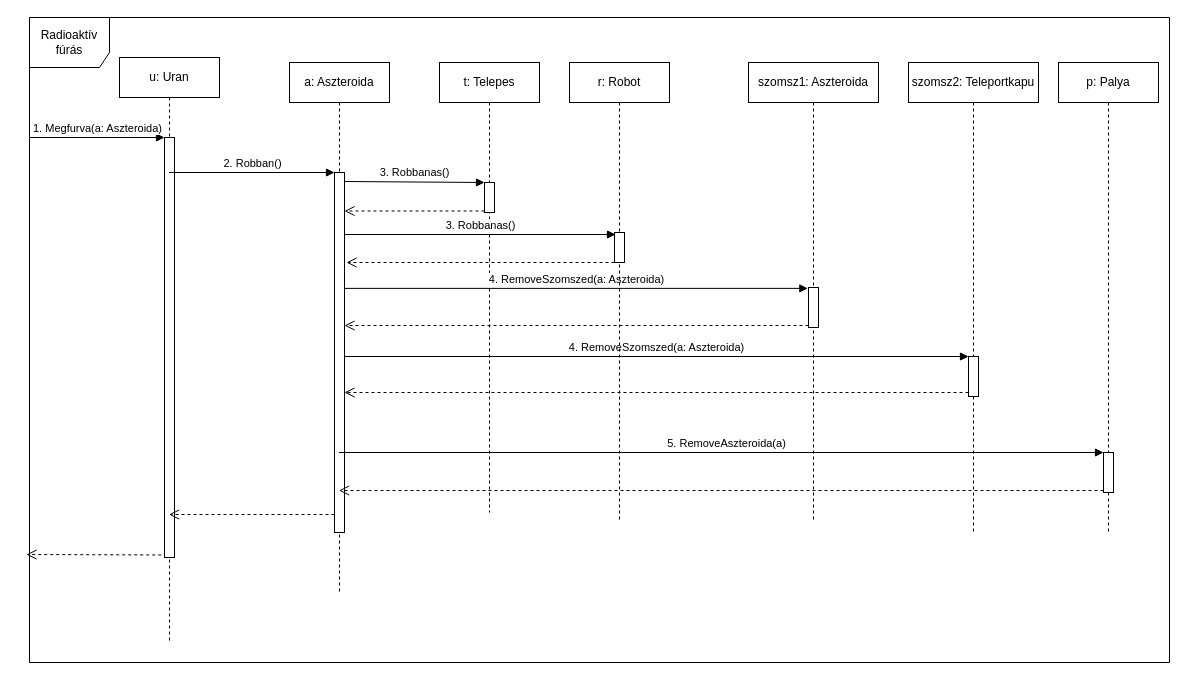
Above: page "Uran-furas" (4 of 5) of doc/szekvencia/szek_TelepesFur.drawio in torpeBoiGo/aszteroidabanyaszat (draw.io), before the change. Source tidied: cells renumbered, new cells numbered last; positions are measured from the earlier drawing's top-left corner, leaving out a move shared by most shapes. Both pictures are drawn from the tidied source at 100%, with x=0, y=0 at pixel (26, 17).
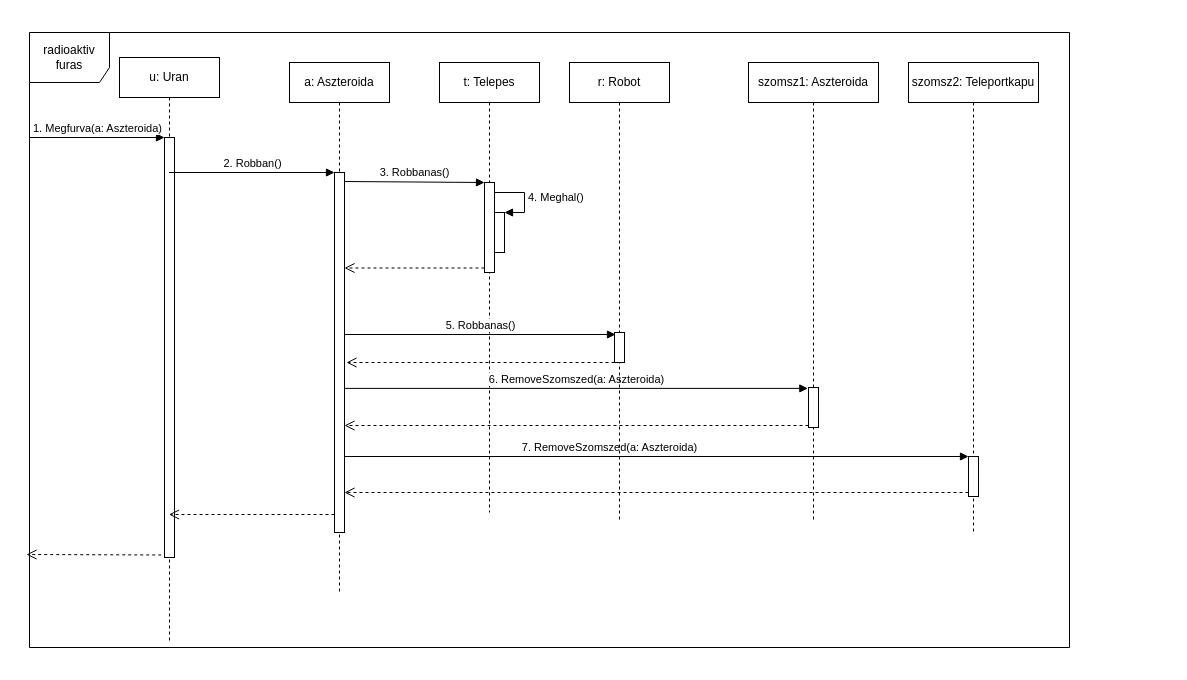
Above is the later version.

Commit message:
Update szek_TelepesFur.drawio: radioaktiv furas javitasa

The change refers to these unchanged cells:
```xml
<mxCell id="4" style="html=1;points=[];perimeter=orthogonalPerimeter;" parent="3" vertex="1">
  <mxGeometry x="45" y="80" width="10" height="420" as="geometry" />
</mxCell>
<mxCell id="6" value="a: Aszteroida" style="shape=umlLifeline;perimeter=lifelinePerimeter;whiteSpace=wrap;html=1;outlineConnect=0;" parent="1" vertex="1">
  <mxGeometry x="263" y="45" width="100" height="530" as="geometry" />
</mxCell>
<mxCell id="7" style="html=1;points=[];perimeter=orthogonalPerimeter;" parent="6" vertex="1">
  <mxGeometry x="45" y="110" width="10" height="360" as="geometry" />
</mxCell>
<mxCell id="10" value="t: Telepes" style="shape=umlLifeline;perimeter=lifelinePerimeter;whiteSpace=wrap;html=1;" parent="1" vertex="1">
  <mxGeometry x="413" y="45" width="100" height="450" as="geometry" />
</mxCell>
<mxCell id="20" value="szomsz2: Teleportkapu" style="shape=umlLifeline;perimeter=lifelinePerimeter;whiteSpace=wrap;html=1;" parent="1" vertex="1">
  <mxGeometry x="882" y="45" width="130" height="470" as="geometry" />
</mxCell>
<mxCell id="22" value="szomsz1: Aszteroida" style="shape=umlLifeline;perimeter=lifelinePerimeter;whiteSpace=wrap;html=1;" parent="1" vertex="1">
  <mxGeometry x="722" y="45" width="130" height="460" as="geometry" />
</mxCell>
<mxCell id="27" value="r: Robot" style="shape=umlLifeline;perimeter=lifelinePerimeter;whiteSpace=wrap;html=1;" parent="1" vertex="1">
  <mxGeometry x="543" y="45" width="100" height="460" as="geometry" />
</mxCell>
```

The edit, as a diff of the source:
```diff
@@
-    <mxCell id="2" value="Radioaktív&lt;br&gt;fúrás" style="shape=umlFrame;whiteSpace=wrap;html=1;width=80;height=50;" parent="1" vertex="1">
-      <mxGeometry x="3" width="1140" height="645" as="geometry" />
-    </mxCell>
+    <mxCell id="31" value="radioaktiv furas" style="shape=umlFrame;whiteSpace=wrap;html=1;width=80;height=50;" parent="1" vertex="1">
+      <mxGeometry x="3" y="15" width="1040" height="615" as="geometry" />
+    </mxCell>
@@
-    <mxCell id="11" style="html=1;points=[];perimeter=orthogonalPerimeter;" parent="10" vertex="1">
-      <mxGeometry x="45" y="120" width="10" height="30" as="geometry" />
-    </mxCell>
-    <mxCell id="12" value="p: Palya" style="shape=umlLifeline;perimeter=lifelinePerimeter;whiteSpace=wrap;html=1;" parent="1" vertex="1">
-      <mxGeometry x="1032" y="45" width="100" height="470" as="geometry" />
-    </mxCell>
-    <mxCell id="13" style="html=1;points=[];perimeter=orthogonalPerimeter;" parent="12" vertex="1">
-      <mxGeometry x="45" y="390" width="10" height="40" as="geometry" />
-    </mxCell>
+    <mxCell id="32" style="html=1;points=[];perimeter=orthogonalPerimeter;" parent="10" vertex="1">
+      <mxGeometry x="45" y="120" width="10" height="90" as="geometry" />
+    </mxCell>
+    <mxCell id="33" style="html=1;points=[];perimeter=orthogonalPerimeter;" parent="10" vertex="1">
+      <mxGeometry x="55" y="150" width="10" height="40" as="geometry" />
+    </mxCell>
+    <mxCell id="34" value="4. Meghal()" style="edgeStyle=orthogonalEdgeStyle;html=1;align=left;spacingLeft=2;endArrow=block;rounded=0;entryX=1;entryY=0;" parent="10" edge="1" target="33">
+      <mxGeometry relative="1" as="geometry">
+        <mxPoint x="55" y="130" as="sourcePoint" />
+        <Array as="points">
+          <mxPoint x="85" y="130" />
+        </Array>
+      </mxGeometry>
+    </mxCell>
-    <mxCell id="14" value="3. Robbanas()" style="html=1;verticalAlign=bottom;endArrow=block;entryX=0;entryY=0;exitX=1;exitY=0.025;exitDx=0;exitDy=0;exitPerimeter=0;" parent="1" edge="1" source="7" target="11">
+    <mxCell id="14" value="3. Robbanas()" style="html=1;verticalAlign=bottom;endArrow=block;entryX=0;entryY=0;exitX=1;exitY=0.025;exitDx=0;exitDy=0;exitPerimeter=0;" parent="1" edge="1" source="7" target="32">
       <mxGeometry relative="1" as="geometry" />
     </mxCell>
-    <mxCell id="15" style="html=1;verticalAlign=bottom;endArrow=open;dashed=1;endSize=8;exitX=0;exitY=0.95;" parent="1" edge="1" source="11" target="7">
-      <mxGeometry relative="1" as="geometry" />
-    </mxCell>
-    <mxCell id="16" value="5. RemoveAszteroida(a)" style="html=1;verticalAlign=bottom;endArrow=block;entryX=0;entryY=0;" parent="1" edge="1" source="6" target="13">
-      <mxGeometry x="0.01" relative="1" as="geometry">
-        <mxPoint x="1" as="offset" />
-      </mxGeometry>
-    </mxCell>
-    <mxCell id="17" style="html=1;verticalAlign=bottom;endArrow=open;dashed=1;endSize=8;exitX=0;exitY=0.95;" parent="1" edge="1" source="13" target="6">
-      <mxGeometry relative="1" as="geometry" />
-    </mxCell>
-    <mxCell id="18" value="4. RemoveSzomszed(a: Aszteroida)" style="html=1;verticalAlign=bottom;endArrow=block;" parent="1" edge="1" source="7" target="21">
-      <mxGeometry relative="1" as="geometry" />
-    </mxCell>
-    <mxCell id="19" style="html=1;verticalAlign=bottom;endArrow=open;dashed=1;endSize=8;exitX=0;exitY=0.95;" parent="1" edge="1" source="23" target="7">
-      <mxGeometry relative="1" as="geometry" />
-    </mxCell>
+    <mxCell id="35" style="html=1;verticalAlign=bottom;endArrow=open;dashed=1;endSize=8;exitX=0;exitY=0.95;" parent="1" edge="1" source="32" target="7">
+      <mxGeometry relative="1" as="geometry" />
+    </mxCell>
+    <mxCell id="36" value="7. RemoveSzomszed(a: Aszteroida)" style="html=1;verticalAlign=bottom;endArrow=block;" parent="1" edge="1" target="38">
+      <mxGeometry x="-0.15" relative="1" as="geometry">
+        <mxPoint x="318" y="439" as="sourcePoint" />
+      </mxGeometry>
+    </mxCell>
+    <mxCell id="37" style="html=1;verticalAlign=bottom;endArrow=open;dashed=1;endSize=8;exitX=0;exitY=0.95;" parent="1" edge="1" source="39">
+      <mxGeometry relative="1" as="geometry">
+        <mxPoint x="318" y="408" as="targetPoint" />
+      </mxGeometry>
+    </mxCell>
@@
-    <mxCell id="21" style="html=1;points=[];perimeter=orthogonalPerimeter;" parent="20" vertex="1">
-      <mxGeometry x="60" y="294" width="10" height="40" as="geometry" />
-    </mxCell>
+    <mxCell id="38" style="html=1;points=[];perimeter=orthogonalPerimeter;" parent="20" vertex="1">
+      <mxGeometry x="60" y="394" width="10" height="40" as="geometry" />
+    </mxCell>
@@
-    <mxCell id="23" style="html=1;points=[];perimeter=orthogonalPerimeter;" parent="22" vertex="1">
-      <mxGeometry x="60" y="225" width="10" height="40" as="geometry" />
-    </mxCell>
-    <mxCell id="24" style="html=1;verticalAlign=bottom;endArrow=open;dashed=1;endSize=8;exitX=-0.329;exitY=0.994;exitDx=0;exitDy=0;exitPerimeter=0;" parent="1" edge="1" source="4">
-      <mxGeometry relative="1" as="geometry">
-        <mxPoint y="537" as="targetPoint" />
-      </mxGeometry>
-    </mxCell>
-    <mxCell id="25" value="4. RemoveSzomszed(a: Aszteroida)" style="html=1;verticalAlign=bottom;endArrow=block;entryX=-0.066;entryY=0.022;entryDx=0;entryDy=0;entryPerimeter=0;" parent="1" edge="1" source="7" target="23">
-      <mxGeometry relative="1" as="geometry" />
-    </mxCell>
-    <mxCell id="26" style="html=1;verticalAlign=bottom;endArrow=open;dashed=1;endSize=8;" parent="1" edge="1" source="21" target="7">
-      <mxGeometry relative="1" as="geometry">
-        <Array as="points">
-          <mxPoint x="713" y="375" />
-        </Array>
-      </mxGeometry>
-    </mxCell>
+    <mxCell id="39" style="html=1;points=[];perimeter=orthogonalPerimeter;" parent="22" vertex="1">
+      <mxGeometry x="60" y="325" width="10" height="40" as="geometry" />
+    </mxCell>
+    <mxCell id="40" style="html=1;verticalAlign=bottom;endArrow=open;dashed=1;endSize=8;exitX=-0.329;exitY=0.994;exitDx=0;exitDy=0;exitPerimeter=0;" parent="1" edge="1" source="4">
+      <mxGeometry relative="1" as="geometry">
+        <mxPoint y="537" as="targetPoint" />
+      </mxGeometry>
+    </mxCell>
+    <mxCell id="41" value="6. RemoveSzomszed(a: Aszteroida)" style="html=1;verticalAlign=bottom;endArrow=block;entryX=-0.066;entryY=0.022;entryDx=0;entryDy=0;entryPerimeter=0;" parent="1" edge="1" target="39">
+      <mxGeometry relative="1" as="geometry">
+        <mxPoint x="318" y="370.9" as="sourcePoint" />
+      </mxGeometry>
+    </mxCell>
+    <mxCell id="42" style="html=1;verticalAlign=bottom;endArrow=open;dashed=1;endSize=8;" parent="1" edge="1" source="38">
+      <mxGeometry relative="1" as="geometry">
+        <mxPoint x="318" y="475" as="targetPoint" />
+        <Array as="points">
+          <mxPoint x="713" y="475" />
+        </Array>
+      </mxGeometry>
+    </mxCell>
@@
-    <mxCell id="28" style="html=1;points=[];perimeter=orthogonalPerimeter;" parent="27" vertex="1">
-      <mxGeometry x="45" y="170" width="10" height="30" as="geometry" />
-    </mxCell>
-    <mxCell id="29" value="3. Robbanas()" style="html=1;verticalAlign=bottom;endArrow=block;entryX=0.1;entryY=0.067;entryDx=0;entryDy=0;entryPerimeter=0;" parent="1" edge="1" source="7" target="28">
-      <mxGeometry relative="1" as="geometry" />
-    </mxCell>
-    <mxCell id="30" style="html=1;verticalAlign=bottom;endArrow=open;dashed=1;endSize=8;entryX=1.2;entryY=0.25;entryDx=0;entryDy=0;entryPerimeter=0;" parent="1" edge="1" source="28" target="7">
-      <mxGeometry relative="1" as="geometry" />
-    </mxCell>
+    <mxCell id="43" style="html=1;points=[];perimeter=orthogonalPerimeter;" parent="27" vertex="1">
+      <mxGeometry x="45" y="270" width="10" height="30" as="geometry" />
+    </mxCell>
+    <mxCell id="44" value="5. Robbanas()" style="html=1;verticalAlign=bottom;endArrow=block;entryX=0.1;entryY=0.067;entryDx=0;entryDy=0;entryPerimeter=0;" parent="1" edge="1" target="43">
+      <mxGeometry relative="1" as="geometry">
+        <mxPoint x="318" y="317" as="sourcePoint" />
+      </mxGeometry>
+    </mxCell>
+    <mxCell id="45" style="html=1;verticalAlign=bottom;endArrow=open;dashed=1;endSize=8;entryX=1.2;entryY=0.25;entryDx=0;entryDy=0;entryPerimeter=0;" parent="1" edge="1" source="43">
+      <mxGeometry relative="1" as="geometry">
+        <mxPoint x="320" y="345" as="targetPoint" />
+      </mxGeometry>
+    </mxCell>
```
